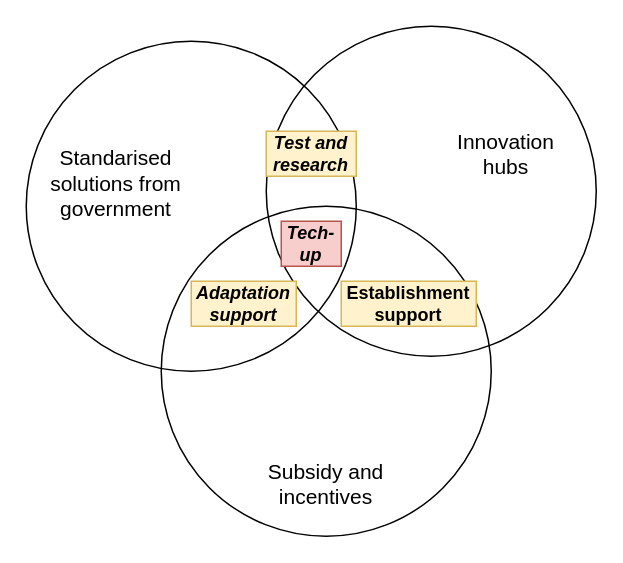
Earlier version of the draw.io diagram general_drawio/venn.drawio (bobkatla/PopSyn_Monash). Source tidied: cells renumbered, new cells numbered last; positions are measured from the earlier drawing's top-left corner, leaving out a move shared by most shapes. Both pictures are drawn from the tidied source at 150%, with x=0, y=0 at pixel (26, 26).
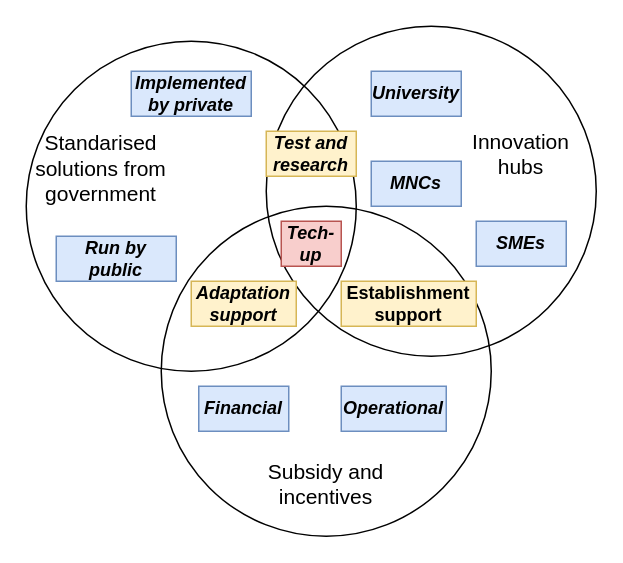
After the change.

The edit, as a diff of the source:
```diff
@@
 <mxGraphModel>
   <root>
     <mxCell id="0" />
     <mxCell id="1" parent="0" />
     <mxCell id="2" style="ellipse;whiteSpace=wrap;html=1;fillColor=none;" parent="1" vertex="1">
       <mxGeometry y="10" width="220" height="220" as="geometry" />
     </mxCell>
     <mxCell id="3" style="ellipse;whiteSpace=wrap;html=1;fillColor=none;" parent="1" vertex="1">
       <mxGeometry x="90" y="120" width="220" height="220" as="geometry" />
     </mxCell>
     <mxCell id="4" style="ellipse;whiteSpace=wrap;html=1;fillColor=none;" parent="1" vertex="1">
       <mxGeometry x="160" width="220" height="220" as="geometry" />
     </mxCell>
     <mxCell id="5" value="&lt;b&gt;&lt;i&gt;Tech-&lt;/i&gt;&lt;/b&gt;&lt;div&gt;&lt;b&gt;&lt;i&gt;up&lt;/i&gt;&lt;/b&gt;&lt;/div&gt;" style="text;html=1;align=center;verticalAlign=middle;whiteSpace=wrap;rounded=0;fillColor=#f8cecc;strokeColor=#b85450;" parent="1" vertex="1">
       <mxGeometry x="170" y="130" width="40" height="30" as="geometry" />
     </mxCell>
     <mxCell id="6" value="&lt;b&gt;&lt;i&gt;Test and research&lt;/i&gt;&lt;/b&gt;" style="text;html=1;align=center;verticalAlign=middle;whiteSpace=wrap;rounded=0;fillColor=#fff2cc;strokeColor=#d6b656;" parent="1" vertex="1">
       <mxGeometry x="160" y="70" width="60" height="30" as="geometry" />
     </mxCell>
     <mxCell id="7" value="&lt;font style=&quot;font-size: 14px;&quot;&gt;Standarised solutions from government&lt;/font&gt;" style="text;html=1;align=center;verticalAlign=middle;whiteSpace=wrap;rounded=0;" parent="1" vertex="1">
-      <mxGeometry x="10" y="90" width="100" height="30" as="geometry" />
+      <mxGeometry y="80" width="100" height="30" as="geometry" />
     </mxCell>
     <mxCell id="8" value="&lt;font style=&quot;font-size: 14px;&quot;&gt;Innovation hubs&lt;/font&gt;" style="text;html=1;align=center;verticalAlign=middle;whiteSpace=wrap;rounded=0;" parent="1" vertex="1">
-      <mxGeometry x="290" y="70" width="60" height="30" as="geometry" />
+      <mxGeometry x="300" y="70" width="60" height="30" as="geometry" />
     </mxCell>
     <mxCell id="9" value="&lt;font style=&quot;font-size: 14px;&quot;&gt;Subsidy and incentives&lt;/font&gt;" style="text;html=1;align=center;verticalAlign=middle;whiteSpace=wrap;rounded=0;" parent="1" vertex="1">
       <mxGeometry x="160" y="290" width="80" height="30" as="geometry" />
     </mxCell>
     <mxCell id="10" value="&lt;b&gt;&lt;i&gt;Adaptation support&lt;/i&gt;&lt;/b&gt;" style="text;html=1;align=center;verticalAlign=middle;whiteSpace=wrap;rounded=0;fillColor=#fff2cc;strokeColor=#d6b656;" parent="1" vertex="1">
       <mxGeometry x="110" y="170" width="70" height="30" as="geometry" />
     </mxCell>
     <mxCell id="11" value="&lt;b&gt;Establishment support&lt;br&gt;&lt;/b&gt;" style="text;html=1;align=center;verticalAlign=middle;whiteSpace=wrap;rounded=0;fillColor=#fff2cc;strokeColor=#d6b656;" parent="1" vertex="1">
       <mxGeometry x="210" y="170" width="90" height="30" as="geometry" />
     </mxCell>
+    <mxCell id="12" value="&lt;b&gt;&lt;i&gt;University&lt;/i&gt;&lt;/b&gt;" style="text;html=1;align=center;verticalAlign=middle;whiteSpace=wrap;rounded=0;fillColor=#dae8fc;strokeColor=#6c8ebf;" parent="1" vertex="1">
+      <mxGeometry x="230" y="30" width="60" height="30" as="geometry" />
+    </mxCell>
+    <mxCell id="13" value="&lt;b&gt;&lt;i&gt;SMEs&lt;/i&gt;&lt;/b&gt;" style="text;html=1;align=center;verticalAlign=middle;whiteSpace=wrap;rounded=0;fillColor=#dae8fc;strokeColor=#6c8ebf;" parent="1" vertex="1">
+      <mxGeometry x="300" y="130" width="60" height="30" as="geometry" />
+    </mxCell>
+    <mxCell id="14" value="&lt;b&gt;&lt;i&gt;MNCs&lt;/i&gt;&lt;/b&gt;" style="text;html=1;align=center;verticalAlign=middle;whiteSpace=wrap;rounded=0;fillColor=#dae8fc;strokeColor=#6c8ebf;" parent="1" vertex="1">
+      <mxGeometry x="230" y="90" width="60" height="30" as="geometry" />
+    </mxCell>
+    <mxCell id="15" value="&lt;b&gt;&lt;i&gt;Financial&lt;/i&gt;&lt;/b&gt;" style="text;html=1;align=center;verticalAlign=middle;whiteSpace=wrap;rounded=0;fillColor=#dae8fc;strokeColor=#6c8ebf;" parent="1" vertex="1">
+      <mxGeometry x="115" y="240" width="60" height="30" as="geometry" />
+    </mxCell>
+    <mxCell id="16" value="&lt;b&gt;&lt;i&gt;Operational&lt;/i&gt;&lt;/b&gt;" style="text;html=1;align=center;verticalAlign=middle;whiteSpace=wrap;rounded=0;fillColor=#dae8fc;strokeColor=#6c8ebf;" parent="1" vertex="1">
+      <mxGeometry x="210" y="240" width="70" height="30" as="geometry" />
+    </mxCell>
+    <mxCell id="17" value="&lt;b&gt;&lt;i&gt;Implemented by private&lt;/i&gt;&lt;/b&gt;" style="text;html=1;align=center;verticalAlign=middle;whiteSpace=wrap;rounded=0;fillColor=#dae8fc;strokeColor=#6c8ebf;" parent="1" vertex="1">
+      <mxGeometry x="70" y="30" width="80" height="30" as="geometry" />
+    </mxCell>
+    <mxCell id="18" value="&lt;b&gt;&lt;i&gt;Run by public&lt;/i&gt;&lt;/b&gt;" style="text;html=1;align=center;verticalAlign=middle;whiteSpace=wrap;rounded=0;fillColor=#dae8fc;strokeColor=#6c8ebf;" parent="1" vertex="1">
+      <mxGeometry x="20" y="140" width="80" height="30" as="geometry" />
+    </mxCell>
   </root>
 </mxGraphModel>
```
